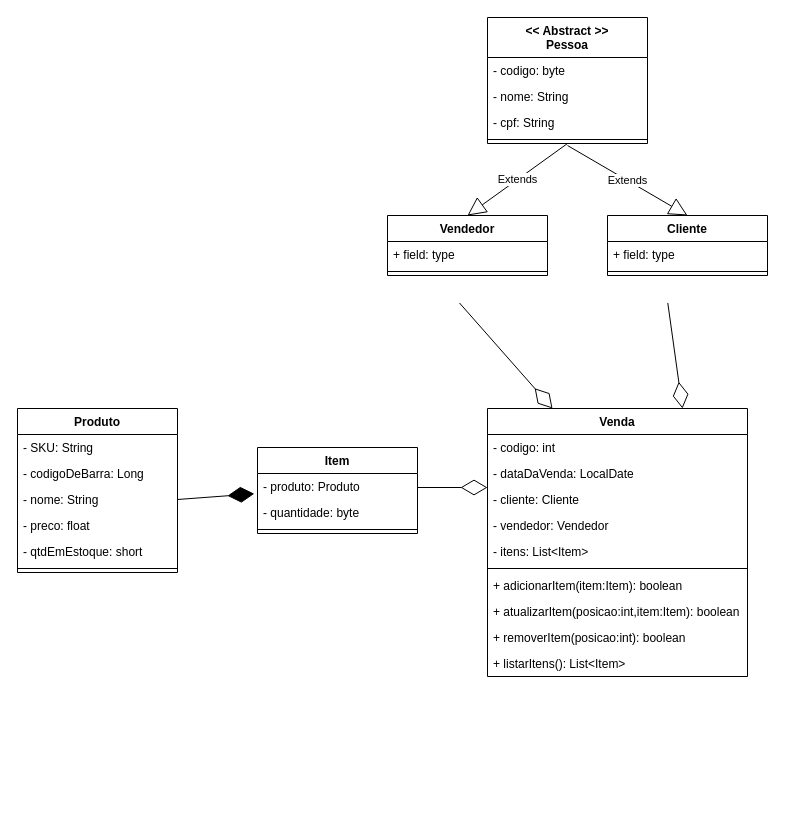
Above: Aula 3/loja_classdiagram.drawio in MatheusPeck/webIII_alvorada_manha (draw.io), before the change. Source tidied: cells renumbered, new cells numbered last; positions are measured from the earlier drawing's top-left corner, leaving out a move shared by most shapes. Both pictures are drawn from the tidied source at 100%, with x=0, y=0 at pixel (17, 17).
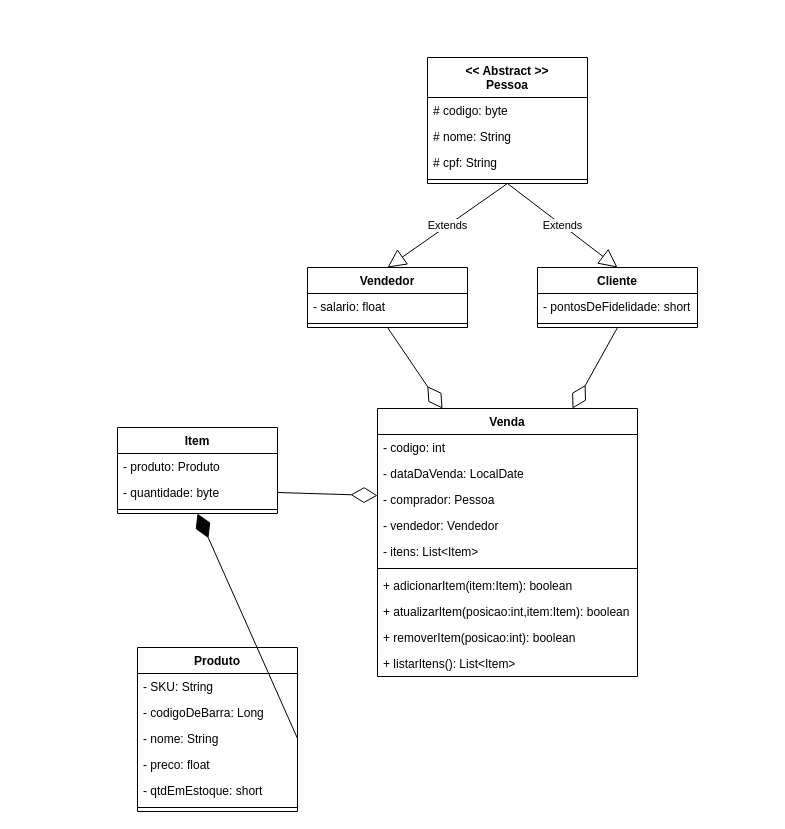
Above is the later version.

Unchanged cells that the change refers to:
```xml
<mxCell id="5" value="- nome: String" style="text;strokeColor=none;fillColor=none;align=left;verticalAlign=top;spacingLeft=4;spacingRight=4;overflow=hidden;points=[[0,0.5],[1,0.5]];portConstraint=eastwest;" parent="2" vertex="1">
  <mxGeometry y="78" width="160" height="26" as="geometry" />
</mxCell>
<mxCell id="24" style="line;strokeWidth=1;fillColor=none;align=left;verticalAlign=middle;spacingTop=-1;spacingLeft=3;spacingRight=3;labelPosition=right;points=[];portConstraint=eastwest;strokeColor=inherit;" parent="20" vertex="1">
  <mxGeometry y="118" width="160" height="8" as="geometry" />
</mxCell>
<mxCell id="36" value="- produto: Produto" style="text;strokeColor=none;fillColor=none;align=left;verticalAlign=top;spacingLeft=4;spacingRight=4;overflow=hidden;points=[[0,0.5],[1,0.5]];portConstraint=eastwest;" parent="35" vertex="1">
  <mxGeometry y="26" width="160" height="26" as="geometry" />
</mxCell>
<mxCell id="37" value="- quantidade: byte" style="text;strokeColor=none;fillColor=none;align=left;verticalAlign=top;spacingLeft=4;spacingRight=4;overflow=hidden;points=[[0,0.5],[1,0.5]];portConstraint=eastwest;" parent="35" vertex="1">
  <mxGeometry y="52" width="160" height="26" as="geometry" />
</mxCell>
```

Change to the diagram source:
```diff
@@
     <mxCell id="2" value="Produto" style="swimlane;fontStyle=1;align=center;verticalAlign=top;horizontal=1;startSize=26;" parent="1" vertex="1">
-      <mxGeometry y="391" width="160" height="164" as="geometry" />
+      <mxGeometry x="120" y="630" width="160" height="164" as="geometry" />
     </mxCell>
@@
     <mxCell id="9" value="Venda" style="swimlane;fontStyle=1;align=center;verticalAlign=top;horizontal=1;startSize=26;" parent="1" vertex="1">
-      <mxGeometry x="470" y="391" width="260" height="268" as="geometry" />
+      <mxGeometry x="360" y="391" width="260" height="268" as="geometry" />
     </mxCell>
@@
-    <mxCell id="12" value="- cliente: Cliente" style="text;strokeColor=none;fillColor=none;align=left;verticalAlign=top;spacingLeft=4;spacingRight=4;overflow=hidden;points=[[0,0.5],[1,0.5]];portConstraint=eastwest;" parent="9" vertex="1">
+    <mxCell id="12" value="- comprador: Pessoa" style="text;strokeColor=none;fillColor=none;align=left;verticalAlign=top;spacingLeft=4;spacingRight=4;overflow=hidden;points=[[0,0.5],[1,0.5]];portConstraint=eastwest;" parent="9" vertex="1">
       <mxGeometry y="78" width="260" height="26" as="geometry" />
     </mxCell>
@@
     <mxCell id="20" value="&lt;&lt; Abstract &gt;&gt;&#10;Pessoa" style="swimlane;fontStyle=1;align=center;verticalAlign=top;horizontal=1;startSize=40;" parent="1" vertex="1">
-      <mxGeometry x="470" width="160" height="126" as="geometry" />
+      <mxGeometry x="410" y="40" width="160" height="126" as="geometry" />
     </mxCell>
-    <mxCell id="21" value="- codigo: byte" style="text;strokeColor=none;fillColor=none;align=left;verticalAlign=top;spacingLeft=4;spacingRight=4;overflow=hidden;" parent="20" vertex="1">
+    <mxCell id="21" value="# codigo: byte" style="text;strokeColor=none;fillColor=none;align=left;verticalAlign=top;spacingLeft=4;spacingRight=4;overflow=hidden;" parent="20" vertex="1">
       <mxGeometry y="40" width="160" height="26" as="geometry" />
     </mxCell>
-    <mxCell id="22" value="- nome: String" style="text;strokeColor=none;fillColor=none;align=left;verticalAlign=top;spacingLeft=4;spacingRight=4;overflow=hidden;" parent="20" vertex="1">
+    <mxCell id="22" value="# nome: String" style="text;strokeColor=none;fillColor=none;align=left;verticalAlign=top;spacingLeft=4;spacingRight=4;overflow=hidden;" parent="20" vertex="1">
       <mxGeometry y="66" width="160" height="26" as="geometry" />
     </mxCell>
-    <mxCell id="23" value="- cpf: String" style="text;strokeColor=none;fillColor=none;align=left;verticalAlign=top;spacingLeft=4;spacingRight=4;overflow=hidden;" parent="20" vertex="1">
+    <mxCell id="23" value="# cpf: String" style="text;strokeColor=none;fillColor=none;align=left;verticalAlign=top;spacingLeft=4;spacingRight=4;overflow=hidden;" parent="20" vertex="1">
       <mxGeometry y="92" width="160" height="26" as="geometry" />
     </mxCell>
@@
     <mxCell id="25" value="Cliente" style="swimlane;fontStyle=1;align=center;verticalAlign=top;horizontal=1;startSize=26;" parent="1" vertex="1">
-      <mxGeometry x="590" y="198" width="160" height="60" as="geometry" />
+      <mxGeometry x="520" y="250" width="160" height="60" as="geometry" />
     </mxCell>
-    <mxCell id="26" value="+ field: type" style="text;strokeColor=none;fillColor=none;align=left;verticalAlign=top;spacingLeft=4;spacingRight=4;overflow=hidden;" parent="25" vertex="1">
+    <mxCell id="26" value="- pontosDeFidelidade: short" style="text;strokeColor=none;fillColor=none;align=left;verticalAlign=top;spacingLeft=4;spacingRight=4;overflow=hidden;" parent="25" vertex="1">
       <mxGeometry y="26" width="160" height="26" as="geometry" />
     </mxCell>
@@
     <mxCell id="28" value="Vendedor" style="swimlane;fontStyle=1;align=center;verticalAlign=top;horizontal=1;startSize=26;" parent="1" vertex="1">
-      <mxGeometry x="370" y="198" width="160" height="60" as="geometry" />
+      <mxGeometry x="290" y="250" width="160" height="60" as="geometry" />
     </mxCell>
-    <mxCell id="29" value="+ field: type" style="text;strokeColor=none;fillColor=none;align=left;verticalAlign=top;spacingLeft=4;spacingRight=4;overflow=hidden;" parent="28" vertex="1">
+    <mxCell id="29" value="- salario: float" style="text;strokeColor=none;fillColor=none;align=left;verticalAlign=top;spacingLeft=4;spacingRight=4;overflow=hidden;" parent="28" vertex="1">
       <mxGeometry y="26" width="160" height="26" as="geometry" />
     </mxCell>
@@
-    <mxCell id="31" value="Extends" style="endArrow=block;endSize=16;endFill=0;html=1;rounded=0;entryX=0.5;entryY=0;entryDx=0;entryDy=0;exitX=0.5;exitY=1.25;exitDx=0;exitDy=0;exitPerimeter=0;" parent="1" edge="1" source="24" target="25">
+    <mxCell id="31" value="Extends" style="endArrow=block;endSize=16;endFill=0;html=1;rounded=0;entryX=0.5;entryY=0;entryDx=0;entryDy=0;exitX=0.5;exitY=1;exitDx=0;exitDy=0;" parent="1" edge="1" source="20" target="25">
       <mxGeometry relative="1" as="geometry" />
     </mxCell>
@@
-    <mxCell id="33" style="endArrow=diamondThin;endFill=0;endSize=24;html=1;rounded=0;exitX=0.377;exitY=1.058;exitDx=0;exitDy=0;exitPerimeter=0;entryX=0.75;entryY=0;entryDx=0;entryDy=0;" parent="1" edge="1" target="9">
-      <mxGeometry relative="1" as="geometry">
-        <mxPoint x="650.3" y="285.5" as="sourcePoint" />
-      </mxGeometry>
+    <mxCell id="33" style="endArrow=diamondThin;endFill=0;endSize=24;html=1;rounded=0;exitX=0.5;exitY=1;exitDx=0;exitDy=0;entryX=0.75;entryY=0;entryDx=0;entryDy=0;" parent="1" edge="1" source="25" target="9">
+      <mxGeometry relative="1" as="geometry" />
     </mxCell>
-    <mxCell id="34" style="endArrow=diamondThin;endFill=0;endSize=24;html=1;rounded=0;entryX=0.25;entryY=0;entryDx=0;entryDy=0;exitX=0.45;exitY=1.058;exitDx=0;exitDy=0;exitPerimeter=0;" parent="1" edge="1" target="9">
-      <mxGeometry relative="1" as="geometry">
-        <mxPoint x="442" y="285.5" as="sourcePoint" />
-      </mxGeometry>
+    <mxCell id="34" style="endArrow=diamondThin;endFill=0;endSize=24;html=1;rounded=0;entryX=0.25;entryY=0;entryDx=0;entryDy=0;exitX=0.5;exitY=1;exitDx=0;exitDy=0;" parent="1" edge="1" source="28" target="9">
+      <mxGeometry relative="1" as="geometry" />
     </mxCell>
     <mxCell id="35" value="Item" style="swimlane;fontStyle=1;align=center;verticalAlign=top;horizontal=1;startSize=26;" parent="1" vertex="1">
-      <mxGeometry x="240" y="430" width="160" height="86" as="geometry" />
+      <mxGeometry x="100" y="410" width="160" height="86" as="geometry" />
     </mxCell>
@@
-    <mxCell id="39" style="endArrow=diamondThin;endFill=1;endSize=24;html=1;rounded=0;entryX=-0.02;entryY=0.78;entryDx=0;entryDy=0;entryPerimeter=0;exitX=1;exitY=0.5;exitDx=0;exitDy=0;" parent="1" edge="1" source="5" target="36">
+    <mxCell id="39" style="endArrow=diamondThin;endFill=1;endSize=24;html=1;rounded=0;entryX=0.5;entryY=1;entryDx=0;entryDy=0;exitX=1;exitY=0.5;exitDx=0;exitDy=0;" parent="1" edge="1" source="5" target="35">
       <mxGeometry relative="1" as="geometry" />
     </mxCell>
-    <mxCell id="40" style="endArrow=diamondThin;endFill=0;endSize=24;html=1;rounded=0;" parent="1" edge="1">
-      <mxGeometry relative="1" as="geometry">
-        <mxPoint x="400" y="470" as="sourcePoint" />
-        <mxPoint x="470" y="470" as="targetPoint" />
-      </mxGeometry>
+    <mxCell id="40" style="endArrow=diamondThin;endFill=0;endSize=24;html=1;rounded=0;exitX=1;exitY=0.5;exitDx=0;exitDy=0;" parent="1" edge="1" source="37" target="12">
+      <mxGeometry relative="1" as="geometry" />
     </mxCell>
```
